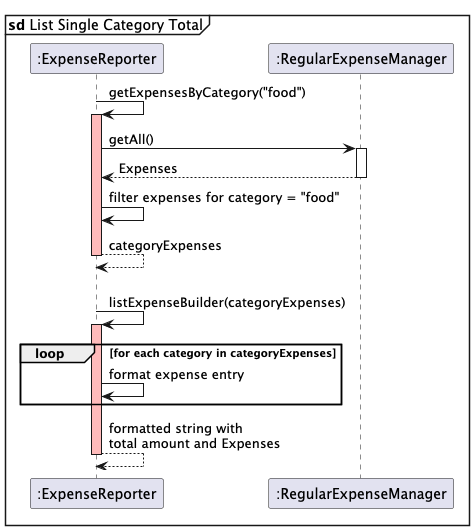
Earlier version of the PlantUML export docs/images/summary_single.png (randust/tp). Its diagram source:
```plantuml
@startuml
skinparam SequenceBoxBackgroundColor lightblue

participant ":ExpenseReporter" as ER
participant ":RegularExpenseManager" as REM

mainframe **sd** List Single Category Total
ER -> ER: getExpensesByCategory("food")

activate ER #FFBBBB

ER -> REM: getAll()
activate REM

REM --> ER: Expenses
deactivate REM

ER -> ER: filter expenses for category = "food"
ER --> ER: categoryExpenses
deactivate ER
|||
ER -> ER: listExpenseBuilder(categoryExpenses)
activate ER #FFBBBB

loop for each category in categoryExpenses
ER -> ER: format expense entry
end

ER --> ER: formatted string with \ntotal amount and Expenses
deactivate ER

@enduml
```
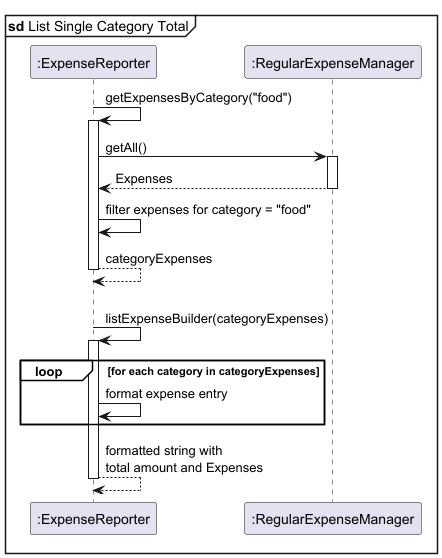
After the commit.

Change to the diagram source:
```diff
@@ -1,5 +1,5 @@
 @startuml
-skinparam SequenceBoxBackgroundColor lightblue
+skinparam SequenceGroupBackgroundColor white
 
 participant ":ExpenseReporter" as ER
 participant ":RegularExpenseManager" as REM
@@ -7,7 +7,7 @@
 mainframe **sd** List Single Category Total
 ER -> ER: getExpensesByCategory("food")
 
-activate ER #FFBBBB
+activate ER #white
 
 ER -> REM: getAll()
 activate REM
@@ -20,7 +20,7 @@
 deactivate ER
 |||
 ER -> ER: listExpenseBuilder(categoryExpenses)
-activate ER #FFBBBB
+activate ER #white
 
 loop for each category in categoryExpenses
 ER -> ER: format expense entry
```
